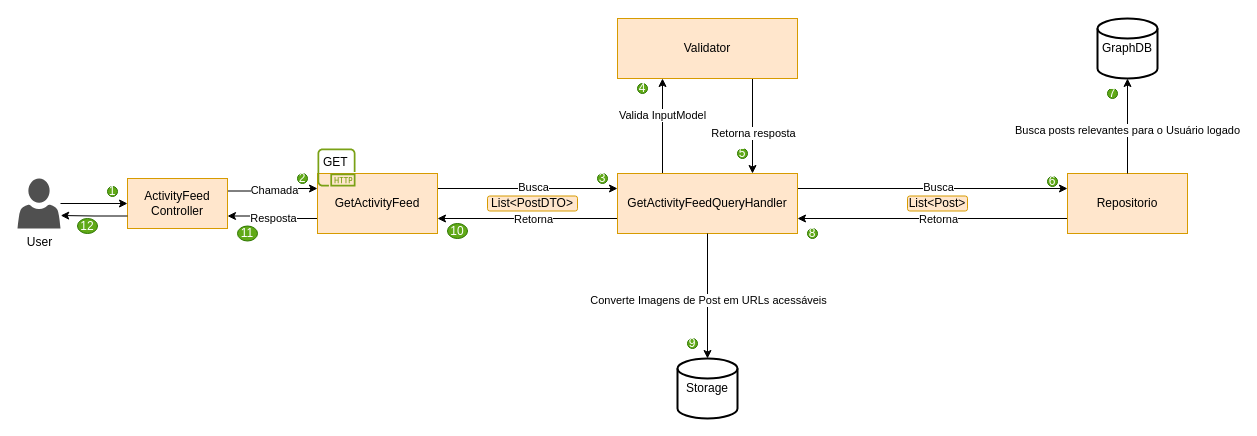
Above: page "SocialService/ActivityFeed" (3 of 8) of Untitled Diagram.drawio in AlanEdward19/ShapeUp (draw.io), before the change. Source tidied: cells renumbered, new cells numbered last; positions are measured from the earlier drawing's top-left corner, leaving out a move shared by most shapes. Both pictures are drawn from the tidied source at 100%, with x=0, y=0 at pixel (17, 18).
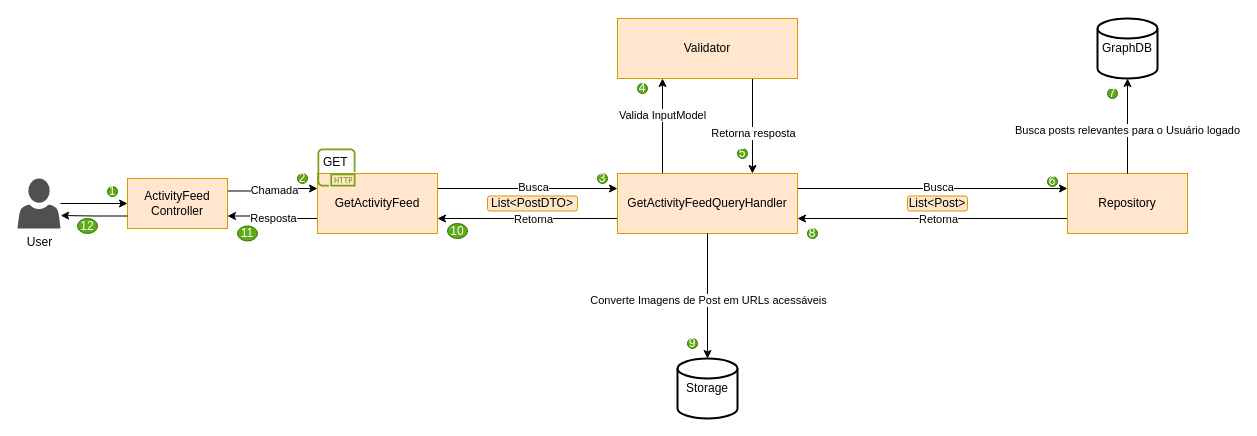
Above is the later version.

Diff of the diagram source:
```diff
@@
-    <mxCell id="9" value="Repositorio" style="whiteSpace=wrap;html=1;fillColor=#ffe6cc;strokeColor=#d79b00;" parent="1" vertex="1">
+    <mxCell id="9" value="Repository" style="whiteSpace=wrap;html=1;fillColor=#ffe6cc;strokeColor=#d79b00;" parent="1" vertex="1">
       <mxGeometry x="1050" y="155" width="120" height="60" as="geometry" />
     </mxCell>
```
